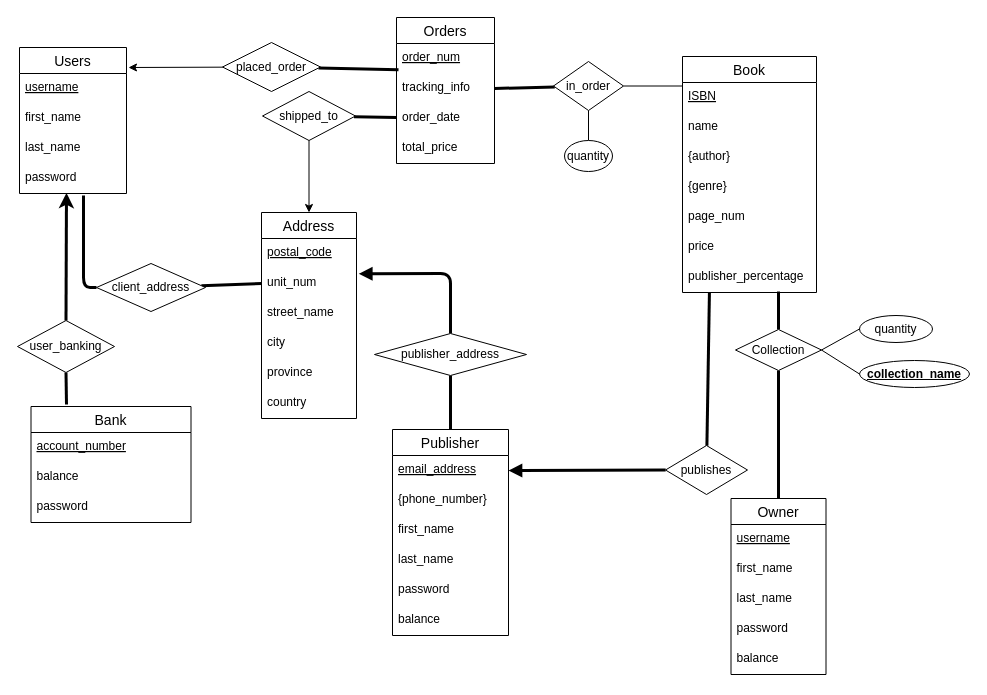
Above: Diagrams/2.1 Conceptual Design.drawio in MiniEinsteinD/BookStore (draw.io), before the change. Source tidied: cells renumbered, new cells numbered last; positions are measured from the earlier drawing's top-left corner, leaving out a move shared by most shapes. Both pictures are drawn from the tidied source at 100%, with x=0, y=0 at pixel (17, 17).
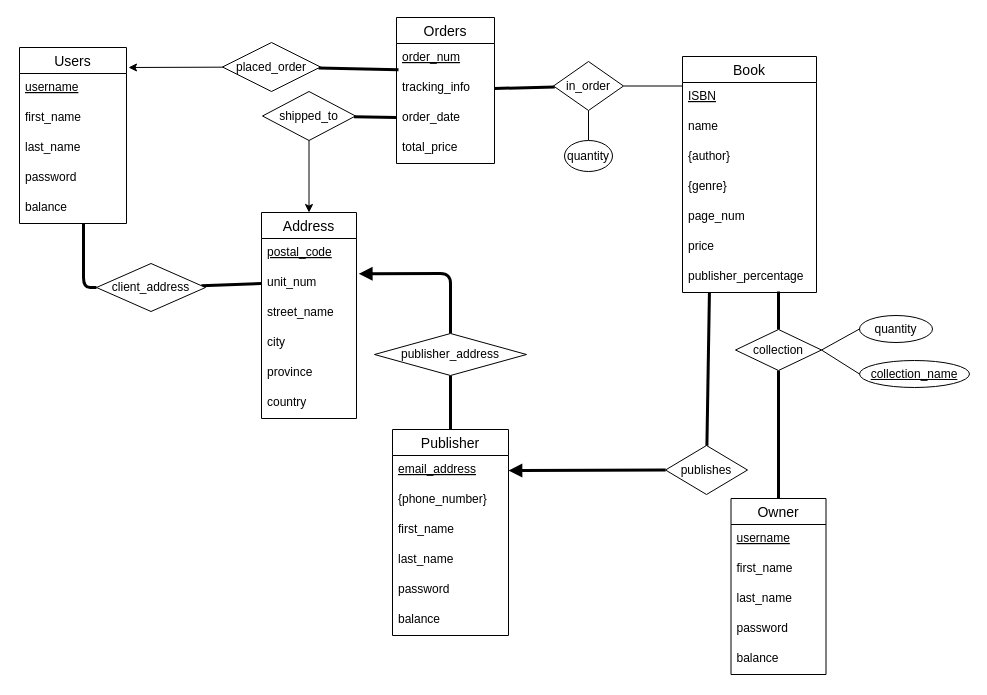
After the change.

Unchanged cells that the change refers to:
```xml
<mxCell id="6" value="password" style="text;strokeColor=none;fillColor=none;spacingLeft=4;spacingRight=4;overflow=hidden;points=[[0,0.5],[1,0.5]];portConstraint=eastwest;fontSize=12;fontColor=default;" parent="2" vertex="1">
  <mxGeometry y="116" width="107" height="30" as="geometry" />
</mxCell>
<mxCell id="36" value="client_address" style="shape=rhombus;perimeter=rhombusPerimeter;whiteSpace=wrap;html=1;align=center;fontColor=default;" parent="1" vertex="1">
  <mxGeometry x="79" y="246" width="109" height="48" as="geometry" />
</mxCell>
```

The edit, as a diff of the source:
```diff
@@
     <mxCell id="2" value="Users" style="swimlane;fontStyle=0;horizontal=1;startSize=26;align=center;fontSize=14;fontColor=default;" parent="1" vertex="1">
-      <mxGeometry x="2" y="30" width="107" height="146" as="geometry" />
+      <mxGeometry x="2" y="30" width="107" height="176" as="geometry" />
     </mxCell>
@@
+    <mxCell id="22" value="balance" style="text;strokeColor=none;fillColor=none;spacingLeft=4;spacingRight=4;overflow=hidden;fontSize=12;fontColor=default;" parent="2" vertex="1">
+      <mxGeometry y="146" width="107" height="30" as="geometry" />
+    </mxCell>
@@
-    <mxCell id="17" value="Collection" style="shape=rhombus;perimeter=rhombusPerimeter;whiteSpace=wrap;html=1;align=center;fontColor=default;" parent="1" vertex="1">
+    <mxCell id="17" value="collection" style="shape=rhombus;perimeter=rhombusPerimeter;whiteSpace=wrap;html=1;align=center;fontColor=default;" parent="1" vertex="1">
       <mxGeometry x="718" y="312" width="86" height="41" as="geometry" />
     </mxCell>
@@
-    <mxCell id="20" value="Bank" style="swimlane;fontStyle=0;horizontal=1;startSize=26;align=center;fontSize=14;fontColor=default;" parent="1" vertex="1">
-      <mxGeometry x="13.5" y="389" width="160" height="116" as="geometry" />
-    </mxCell>
-    <mxCell id="21" value="account_number" style="text;strokeColor=none;fillColor=none;spacingLeft=4;spacingRight=4;overflow=hidden;fontSize=12;fontColor=default;fontStyle=4;" parent="20" vertex="1">
-      <mxGeometry y="26" width="160" height="30" as="geometry" />
-    </mxCell>
-    <mxCell id="22" value="balance" style="text;strokeColor=none;fillColor=none;spacingLeft=4;spacingRight=4;overflow=hidden;fontSize=12;fontColor=default;" parent="20" vertex="1">
-      <mxGeometry y="56" width="160" height="30" as="geometry" />
-    </mxCell>
-    <mxCell id="23" value="password" style="text;strokeColor=none;fillColor=none;spacingLeft=4;spacingRight=4;overflow=hidden;fontSize=12;fontColor=default;" parent="20" vertex="1">
-      <mxGeometry y="86" width="160" height="30" as="geometry" />
-    </mxCell>
-    <mxCell id="24" style="html=1;fontColor=default;endArrow=none;endFill=0;exitX=0.5;exitY=1;exitDx=0;exitDy=0;strokeWidth=3;" parent="1" edge="1" source="26">
-      <mxGeometry relative="1" as="geometry">
-        <mxPoint x="49" y="387" as="targetPoint" />
-      </mxGeometry>
-    </mxCell>
-    <mxCell id="25" style="edgeStyle=none;html=1;exitX=0.5;exitY=0;exitDx=0;exitDy=0;entryX=0.439;entryY=0.98;entryDx=0;entryDy=0;entryPerimeter=0;endArrow=classic;endFill=1;strokeWidth=3;" parent="1" edge="1" source="26" target="6">
-      <mxGeometry relative="1" as="geometry" />
-    </mxCell>
-    <mxCell id="26" value="user_banking" style="shape=rhombus;perimeter=rhombusPerimeter;whiteSpace=wrap;html=1;align=center;fontColor=default;" parent="1" vertex="1">
-      <mxGeometry y="303" width="97" height="52" as="geometry" />
-    </mxCell>
@@
     <mxCell id="35" style="edgeStyle=none;html=1;endArrow=none;endFill=0;strokeWidth=3;exitX=0;exitY=0.5;exitDx=0;exitDy=0;" parent="1" edge="1" source="36">
       <mxGeometry relative="1" as="geometry">
-        <mxPoint x="66" y="178" as="targetPoint" />
+        <mxPoint x="66" y="206" as="targetPoint" />
         <Array as="points">
           <mxPoint x="66" y="270" />
         </Array>
       </mxGeometry>
     </mxCell>
@@
-    <mxCell id="73" value="&lt;div style=&quot;text-align: left&quot;&gt;&lt;span&gt;&lt;u&gt;&lt;b&gt;collection_name&lt;/b&gt;&lt;/u&gt;&lt;/span&gt;&lt;/div&gt;" style="ellipse;whiteSpace=wrap;html=1;align=center;fontColor=default;" parent="1" vertex="1">
+    <mxCell id="73" value="&lt;div style=&quot;text-align: left&quot;&gt;&lt;span&gt;&lt;u&gt;collection_name&lt;/u&gt;&lt;/span&gt;&lt;/div&gt;" style="ellipse;whiteSpace=wrap;html=1;align=center;fontColor=default;" parent="1" vertex="1">
       <mxGeometry x="842" y="343" width="110" height="27" as="geometry" />
     </mxCell>
```
